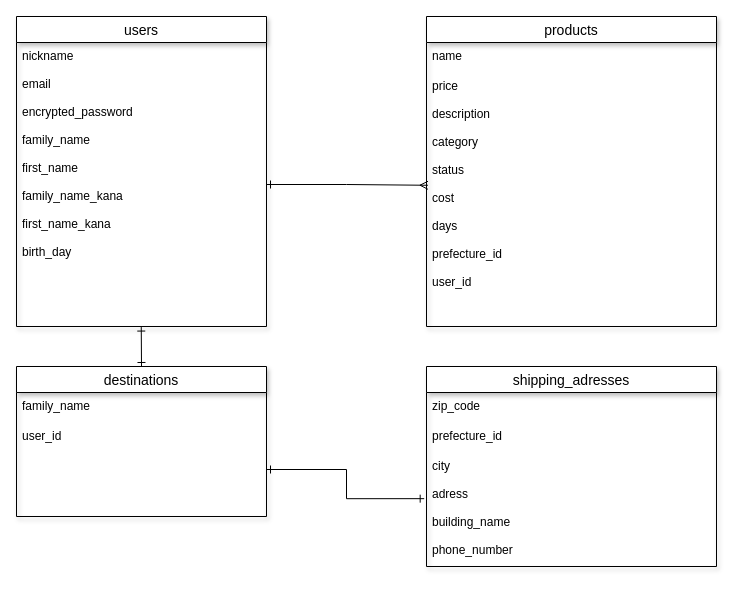
This is furima.dio from toooooku/furima-34813, a draw.io file, before an edit. Source tidied: cells renumbered, new cells numbered last; positions are measured from the earlier drawing's top-left corner, leaving out a move shared by most shapes. Both pictures are drawn from the tidied source at 100%, with x=0, y=0 at pixel (16, 16).
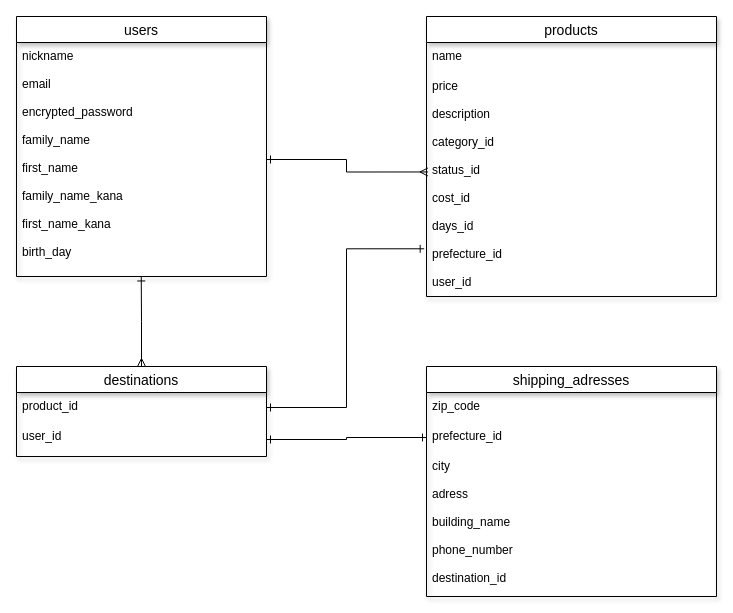
The same diagram, later.

Commit message (it also covers changes not shown here):
データベース設計の修正

Diff of the diagram source:
```diff
@@
 <mxGraphModel>
   <root>
     <mxCell id="0" />
     <mxCell id="1" parent="0" />
     <mxCell id="2" value="users" style="swimlane;fontStyle=0;horizontal=1;startSize=26;align=center;fontSize=14;shadow=1;" parent="1" vertex="1">
-      <mxGeometry width="250" height="310" as="geometry" />
+      <mxGeometry width="250" height="260" as="geometry" />
     </mxCell>
     <mxCell id="3" value="nickname&#10;&#10;email&#10;&#10;encrypted_password&#10;&#10;family_name&#10;&#10;first_name&#10;&#10;family_name_kana&#10;&#10;first_name_kana&#10;&#10;birth_day&#10;&#10;&#10;&#10;" style="text;strokeColor=none;fillColor=none;spacingLeft=4;spacingRight=4;overflow=hidden;points=[[0,0.5],[1,0.5]];portConstraint=eastwest;fontSize=12;" parent="2" vertex="1">
-      <mxGeometry y="26" width="250" height="284" as="geometry" />
+      <mxGeometry y="26" width="250" height="234" as="geometry" />
     </mxCell>
     <mxCell id="4" value="products" style="swimlane;fontStyle=0;horizontal=1;startSize=26;align=center;fontSize=14;shadow=1;" parent="1" vertex="1">
-      <mxGeometry x="410" width="290" height="310" as="geometry" />
+      <mxGeometry x="410" width="290" height="280" as="geometry" />
     </mxCell>
     <mxCell id="5" value="name&#10;" style="text;strokeColor=none;fillColor=none;spacingLeft=4;spacingRight=4;overflow=hidden;fontSize=12;" parent="4" vertex="1">
       <mxGeometry y="26" width="290" height="30" as="geometry" />
     </mxCell>
-    <mxCell id="6" value="price&#10;&#10;description&#10;&#10;category&#10;&#10;status&#10;&#10;cost&#10;&#10;days&#10;&#10;prefecture_id&#10;&#10;user_id&#10;&#10;" style="text;strokeColor=none;fillColor=none;spacingLeft=4;spacingRight=4;overflow=hidden;points=[[0,0.5],[1,0.5]];portConstraint=eastwest;fontSize=12;" parent="4" vertex="1">
-      <mxGeometry y="56" width="290" height="254" as="geometry" />
+    <mxCell id="6" value="price&#10;&#10;description&#10;&#10;category_id&#10;&#10;status_id&#10;&#10;cost_id&#10;&#10;days_id&#10;&#10;prefecture_id&#10;&#10;user_id&#10;&#10;" style="text;strokeColor=none;fillColor=none;spacingLeft=4;spacingRight=4;overflow=hidden;points=[[0,0.5],[1,0.5]];portConstraint=eastwest;fontSize=12;" parent="4" vertex="1">
+      <mxGeometry y="56" width="290" height="224" as="geometry" />
     </mxCell>
-    <mxCell id="7" style="edgeStyle=orthogonalEdgeStyle;rounded=0;jettySize=auto;html=1;exitX=0.5;exitY=0;exitDx=0;exitDy=0;startArrow=ERone;startFill=0;endArrow=ERone;endFill=0;entryX=0.499;entryY=1.002;entryDx=0;entryDy=0;entryPerimeter=0;" parent="1" edge="1" source="8" target="3">
+    <mxCell id="7" style="edgeStyle=orthogonalEdgeStyle;rounded=0;jettySize=auto;html=1;exitX=0.5;exitY=0;exitDx=0;exitDy=0;startArrow=ERmany;startFill=0;endArrow=ERone;endFill=0;entryX=0.499;entryY=1.002;entryDx=0;entryDy=0;entryPerimeter=0;" parent="1" edge="1" source="8" target="3">
       <mxGeometry relative="1" as="geometry" />
     </mxCell>
     <mxCell id="8" value="destinations" style="swimlane;fontStyle=0;horizontal=1;startSize=26;align=center;fontSize=14;shadow=1;" parent="1" vertex="1">
-      <mxGeometry y="350" width="250" height="150" as="geometry" />
+      <mxGeometry y="350" width="250" height="90" as="geometry" />
     </mxCell>
-    <mxCell id="9" value="family_name&#10;&#10;" style="text;strokeColor=none;fillColor=none;spacingLeft=4;spacingRight=4;overflow=hidden;points=[[0,0.5],[1,0.5]];portConstraint=eastwest;fontSize=12;" parent="8" vertex="1">
+    <mxCell id="9" value="product_id" style="text;strokeColor=none;fillColor=none;spacingLeft=4;spacingRight=4;overflow=hidden;points=[[0,0.5],[1,0.5]];portConstraint=eastwest;fontSize=12;" parent="8" vertex="1">
       <mxGeometry y="26" width="250" height="30" as="geometry" />
     </mxCell>
     <mxCell id="10" value="user_id&#10;&#10;" style="text;strokeColor=none;fillColor=none;spacingLeft=4;spacingRight=4;overflow=hidden;points=[[0,0.5],[1,0.5]];portConstraint=eastwest;fontSize=12;" parent="8" vertex="1">
-      <mxGeometry y="56" width="250" height="94" as="geometry" />
+      <mxGeometry y="56" width="250" height="34" as="geometry" />
     </mxCell>
     <mxCell id="11" value="shipping_adresses" style="swimlane;fontStyle=0;horizontal=1;startSize=26;align=center;fontSize=14;shadow=1;" parent="1" vertex="1">
-      <mxGeometry x="410" y="350" width="290" height="200" as="geometry" />
+      <mxGeometry x="410" y="350" width="290" height="230" as="geometry" />
     </mxCell>
     <mxCell id="12" value="zip_code&#10;&#10;" style="text;strokeColor=none;fillColor=none;spacingLeft=4;spacingRight=4;overflow=hidden;fontSize=12;" parent="11" vertex="1">
       <mxGeometry y="26" width="290" height="30" as="geometry" />
     </mxCell>
     <mxCell id="13" value="prefecture_id&#10;&#10;" style="text;strokeColor=none;fillColor=none;spacingLeft=4;spacingRight=4;overflow=hidden;points=[[0,0.5],[1,0.5]];portConstraint=eastwest;fontSize=12;" parent="11" vertex="1">
       <mxGeometry y="56" width="290" height="30" as="geometry" />
     </mxCell>
-    <mxCell id="14" value="city&#10;&#10;adress&#10;&#10;building_name&#10;&#10;phone_number&#10;&#10;" style="text;strokeColor=none;fillColor=none;spacingLeft=4;spacingRight=4;overflow=hidden;points=[[0,0.5],[1,0.5]];portConstraint=eastwest;fontSize=12;" parent="11" vertex="1">
-      <mxGeometry y="86" width="290" height="114" as="geometry" />
+    <mxCell id="14" value="city&#10;&#10;adress&#10;&#10;building_name&#10;&#10;phone_number&#10;&#10;destination_id" style="text;strokeColor=none;fillColor=none;spacingLeft=4;spacingRight=4;overflow=hidden;points=[[0,0.5],[1,0.5]];portConstraint=eastwest;fontSize=12;" parent="11" vertex="1">
+      <mxGeometry y="86" width="290" height="144" as="geometry" />
     </mxCell>
     <mxCell id="15" style="edgeStyle=orthogonalEdgeStyle;rounded=0;jettySize=auto;html=1;exitX=1;exitY=0.5;exitDx=0;exitDy=0;entryX=0.005;entryY=0.444;entryDx=0;entryDy=0;entryPerimeter=0;endArrow=ERmany;endFill=0;startArrow=ERone;startFill=0;" parent="1" edge="1" source="3" target="6">
       <mxGeometry relative="1" as="geometry" />
     </mxCell>
-    <mxCell id="16" style="edgeStyle=orthogonalEdgeStyle;rounded=0;jettySize=auto;html=1;exitX=1;exitY=0.5;exitDx=0;exitDy=0;entryX=-0.008;entryY=0.405;entryDx=0;entryDy=0;entryPerimeter=0;startArrow=ERone;startFill=0;endArrow=ERone;endFill=0;" parent="1" edge="1" source="10" target="14">
-      <mxGeometry relative="1" as="geometry" />
-    </mxCell>
+    <mxCell id="17" style="edgeStyle=orthogonalEdgeStyle;rounded=0;jettySize=auto;html=1;entryX=0;entryY=0.5;entryDx=0;entryDy=0;startArrow=ERone;startFill=0;endArrow=ERone;endFill=0;" parent="1" edge="1" source="10" target="13">
+      <mxGeometry relative="1" as="geometry" />
+    </mxCell>
+    <mxCell id="18" style="edgeStyle=orthogonalEdgeStyle;rounded=0;jettySize=auto;html=1;entryX=-0.008;entryY=0.787;entryDx=0;entryDy=0;entryPerimeter=0;startArrow=ERone;startFill=0;endArrow=ERone;endFill=0;" parent="1" edge="1" source="9" target="6">
+      <mxGeometry relative="1" as="geometry" />
+    </mxCell>
   </root>
 </mxGraphModel>
```
